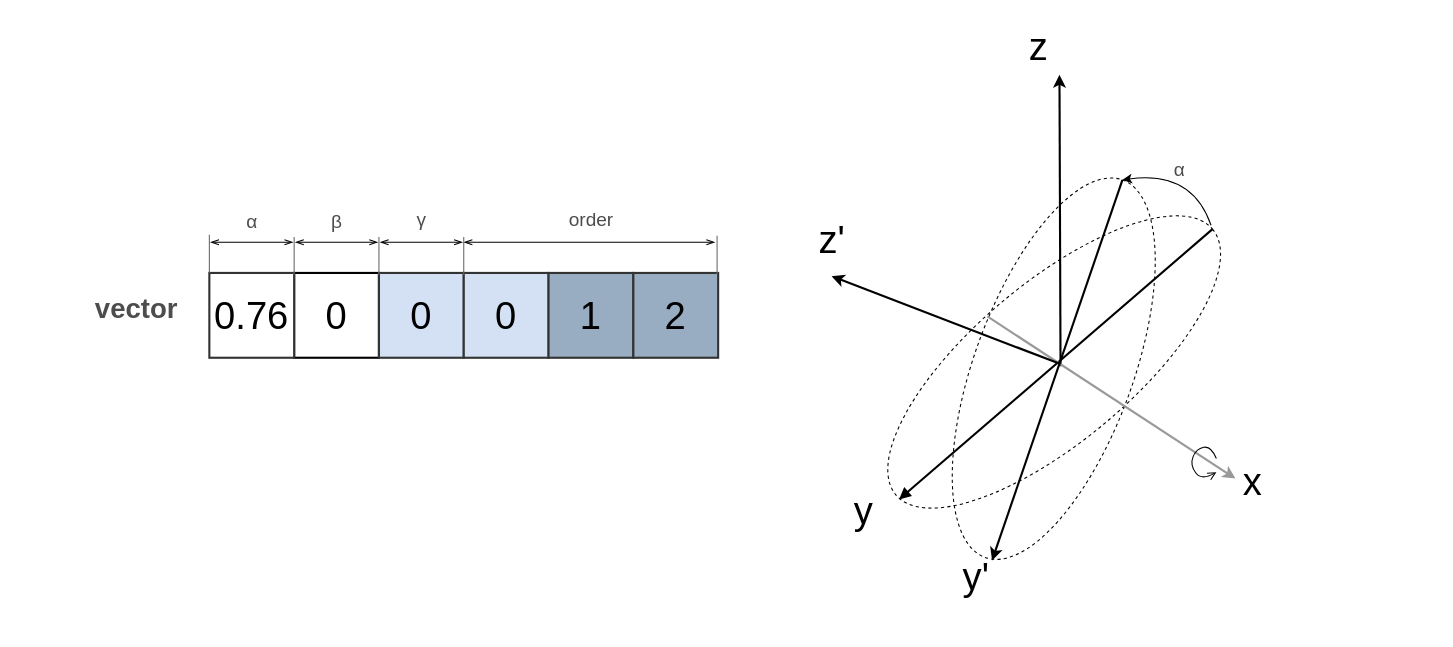
Before: page "3dEulerTransformation" (16 of 17) of doc/img/MathModels.drawio in Wandalen/wMathModels, a draw.io diagram. Source tidied: cells renumbered, new cells numbered last; positions are measured from the earlier drawing's top-left corner, leaving out a move shared by most shapes. Both pictures are drawn from the tidied source at 106%, with x=0, y=0 at pixel (18, 18).
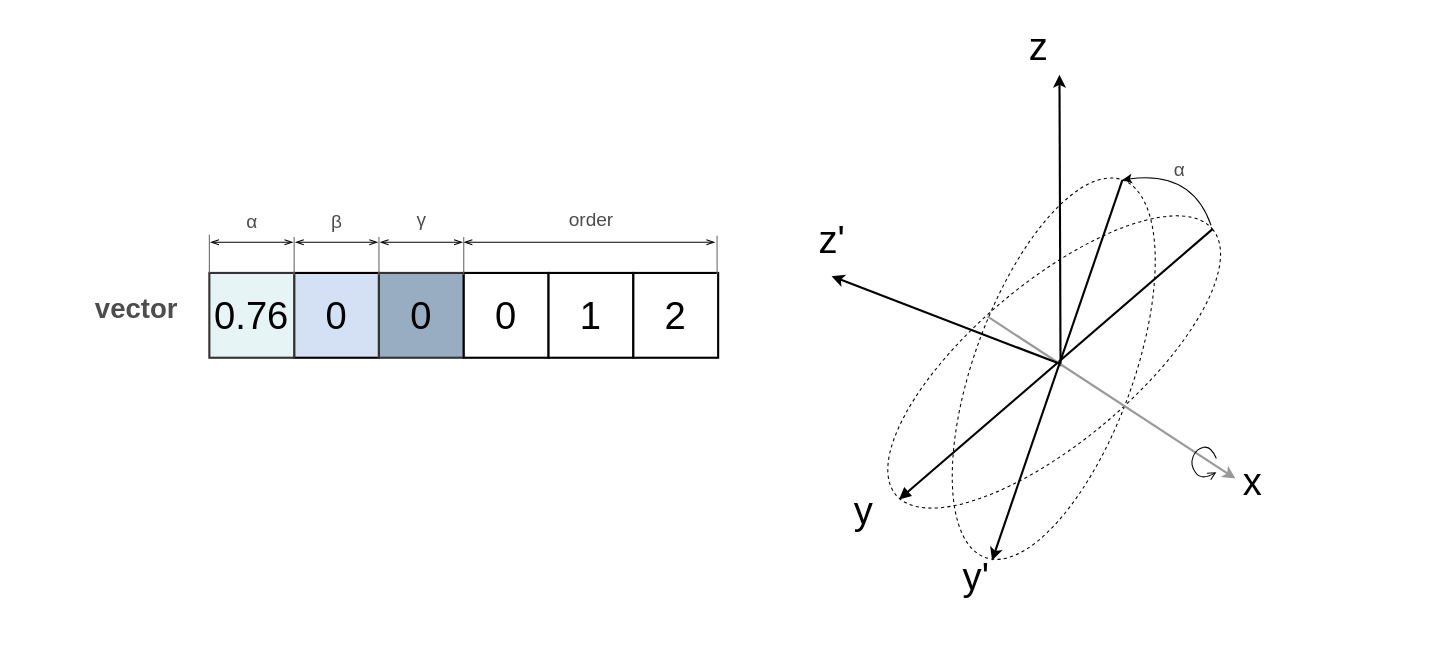
The same diagram, later.

Diff of the diagram source:
```diff
@@
+    <mxCell id="37" style="rounded=0;whiteSpace=wrap;html=1;strokeWidth=10;fillColor=none;strokeColor=none;" parent="1" vertex="1">
+      <mxGeometry width="1337" height="576" as="geometry" />
+    </mxCell>
@@
-    <mxCell id="4" value="0" style="whiteSpace=wrap;html=1;strokeWidth=2;fontSize=36;strokeColor=#000000;fillColor=#FFFFFF;" parent="1" vertex="1">
+    <mxCell id="4" value="0" style="whiteSpace=wrap;html=1;strokeWidth=2;fontSize=36;strokeColor=#000000;fillColor=#D4E1F5;" parent="1" vertex="1">
       <mxGeometry x="260" y="240" width="80" height="80" as="geometry" />
     </mxCell>
-    <mxCell id="5" value="0" style="whiteSpace=wrap;html=1;strokeWidth=2;fontSize=36;fillColor=#D4E1F5;strokeColor=#333333;" parent="1" vertex="1">
+    <mxCell id="5" value="0" style="whiteSpace=wrap;html=1;strokeWidth=2;fontSize=36;fillColor=#99ADC2;strokeColor=#333333;" parent="1" vertex="1">
       <mxGeometry x="340" y="240" width="80" height="80" as="geometry" />
     </mxCell>
-    <mxCell id="6" value="0" style="whiteSpace=wrap;html=1;strokeWidth=2;fontSize=36;strokeColor=#333333;fillColor=#D4E1F5;" parent="1" vertex="1">
+    <mxCell id="6" value="0" style="whiteSpace=wrap;html=1;strokeWidth=2;fontSize=36;" parent="1" vertex="1">
       <mxGeometry x="420" y="240" width="80" height="80" as="geometry" />
     </mxCell>
@@
-    <mxCell id="8" value="0.76" style="whiteSpace=wrap;html=1;strokeWidth=2;fontSize=36;fillColor=#FFFFFF;strokeColor=#333333;" parent="1" vertex="1">
+    <mxCell id="8" value="0.76" style="whiteSpace=wrap;html=1;strokeWidth=2;fontSize=36;fillColor=#E6F4F5;strokeColor=#333333;" parent="1" vertex="1">
       <mxGeometry x="180" y="240" width="80" height="80" as="geometry" />
     </mxCell>
@@
-    <mxCell id="11" value="1" style="whiteSpace=wrap;html=1;strokeWidth=2;fontSize=36;fillColor=#99ADC2;strokeColor=#333333;" parent="1" vertex="1">
+    <mxCell id="11" value="1" style="whiteSpace=wrap;html=1;strokeWidth=2;fontSize=36;" parent="1" vertex="1">
       <mxGeometry x="500" y="240" width="80" height="80" as="geometry" />
     </mxCell>
-    <mxCell id="12" value="2" style="whiteSpace=wrap;html=1;strokeWidth=2;fontSize=36;strokeColor=#333333;fillColor=#99ADC2;" parent="1" vertex="1">
+    <mxCell id="12" value="2" style="whiteSpace=wrap;html=1;strokeWidth=2;fontSize=36;" parent="1" vertex="1">
       <mxGeometry x="580" y="240" width="80" height="80" as="geometry" />
     </mxCell>
@@
-    <mxCell id="37" style="rounded=0;whiteSpace=wrap;html=1;strokeWidth=10;fillColor=none;strokeColor=none;" parent="1" vertex="1">
-      <mxGeometry width="1337" height="576" as="geometry" />
-    </mxCell>
```
